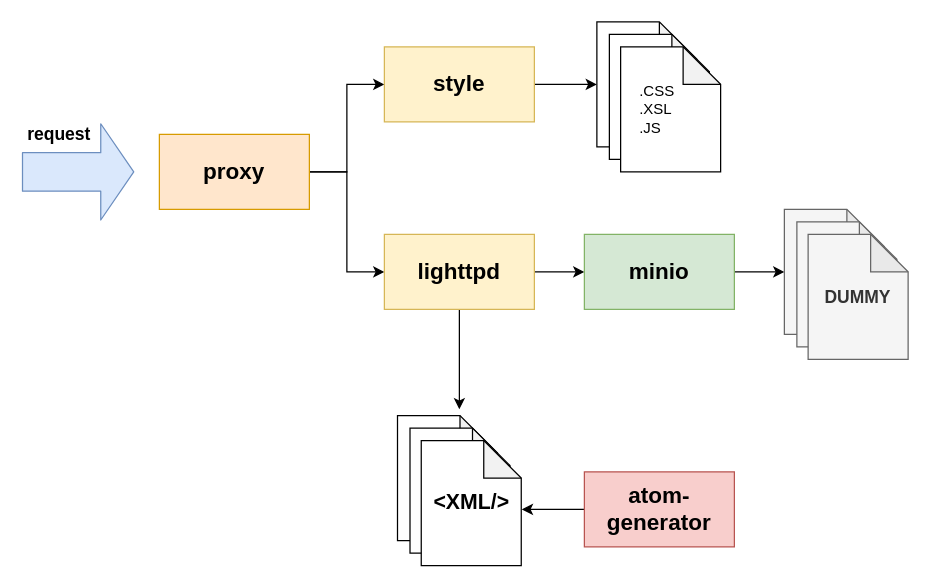
Earlier version of the draw.io diagram example/images/diagram.drawio (PDOK/atom-generator). Source tidied: cells renumbered, new cells numbered last; positions are measured from the earlier drawing's top-left corner, leaving out a move shared by most shapes. Both pictures are drawn from the tidied source at 125%, with x=0, y=0 at pixel (21, 21).
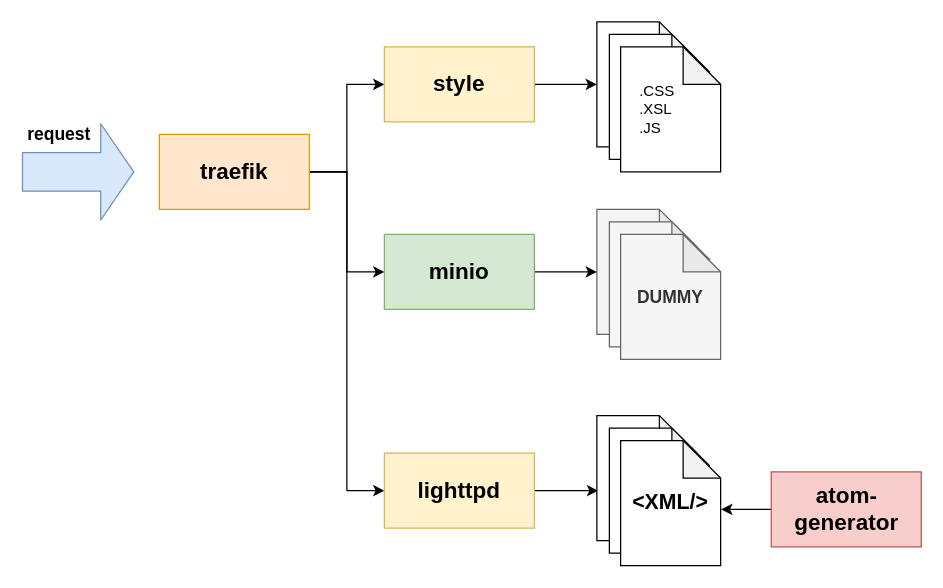
Above is the later version.

What changed in the source:
```diff
@@
     <mxCell id="3" value="atom-generator" style="rounded=0;whiteSpace=wrap;html=1;fontStyle=1;fontSize=18;fillColor=#f8cecc;strokeColor=#b85450;" parent="1" vertex="1">
-      <mxGeometry x="450" y="360" width="120" height="60" as="geometry" />
+      <mxGeometry x="599.5" y="360" width="120" height="60" as="geometry" />
     </mxCell>
@@
+    <mxCell id="28" style="edgeStyle=orthogonalEdgeStyle;rounded=0;jettySize=auto;html=1;exitX=1;exitY=0.5;exitDx=0;exitDy=0;entryX=0;entryY=0.5;entryDx=0;entryDy=0;" parent="1" edge="1" source="6" target="13">
+      <mxGeometry relative="1" as="geometry" />
+    </mxCell>
-    <mxCell id="6" value="proxy" style="rounded=0;whiteSpace=wrap;html=1;fontStyle=1;fontSize=18;fillColor=#ffe6cc;strokeColor=#d79b00;" parent="1" vertex="1">
+    <mxCell id="6" value="traefik" style="rounded=0;whiteSpace=wrap;html=1;fontStyle=1;fontSize=18;fillColor=#ffe6cc;strokeColor=#d79b00;" parent="1" vertex="1">
       <mxGeometry x="110" y="90" width="120" height="60" as="geometry" />
     </mxCell>
-    <mxCell id="7" style="edgeStyle=orthogonalEdgeStyle;rounded=0;jettySize=auto;html=1;exitX=1;exitY=0.5;exitDx=0;exitDy=0;entryX=0;entryY=0.5;entryDx=0;entryDy=0;" parent="1" edge="1" source="9" target="13">
-      <mxGeometry relative="1" as="geometry" />
+    <mxCell id="7" style="edgeStyle=orthogonalEdgeStyle;rounded=0;jettySize=auto;html=1;exitX=1;exitY=0.5;exitDx=0;exitDy=0;" parent="1" edge="1" source="9">
+      <mxGeometry relative="1" as="geometry">
+        <mxPoint x="461" y="375" as="targetPoint" />
+      </mxGeometry>
     </mxCell>
-    <mxCell id="8" style="edgeStyle=orthogonalEdgeStyle;rounded=0;jettySize=auto;html=1;" parent="1" edge="1" source="9">
-      <mxGeometry relative="1" as="geometry">
-        <mxPoint x="350" y="310" as="targetPoint" />
-      </mxGeometry>
-    </mxCell>
     <mxCell id="9" value="lighttpd" style="rounded=0;whiteSpace=wrap;html=1;fontStyle=1;fontSize=18;fillColor=#fff2cc;strokeColor=#d6b656;" parent="1" vertex="1">
-      <mxGeometry x="290" y="170" width="120" height="60" as="geometry" />
+      <mxGeometry x="290" y="345" width="120" height="60" as="geometry" />
     </mxCell>
@@
     <mxCell id="13" value="minio" style="rounded=0;whiteSpace=wrap;html=1;fontStyle=1;fontSize=18;fillColor=#d5e8d4;strokeColor=#82b366;" parent="1" vertex="1">
-      <mxGeometry x="450" y="170" width="120" height="60" as="geometry" />
+      <mxGeometry x="290" y="170" width="120" height="60" as="geometry" />
     </mxCell>
@@
     <mxCell id="18" style="group;fontStyle=1;" parent="1" vertex="1">
-      <mxGeometry x="610" y="150" width="99" height="120" as="geometry" />
+      <mxGeometry x="460" y="150" width="99" height="120" as="geometry" />
     </mxCell>
@@
     <mxCell id="22" style="group;" parent="1" vertex="1">
-      <mxGeometry x="300.5" y="315" width="99" height="120" as="geometry" />
+      <mxGeometry x="460" y="315" width="99" height="120" as="geometry" />
     </mxCell>
```
